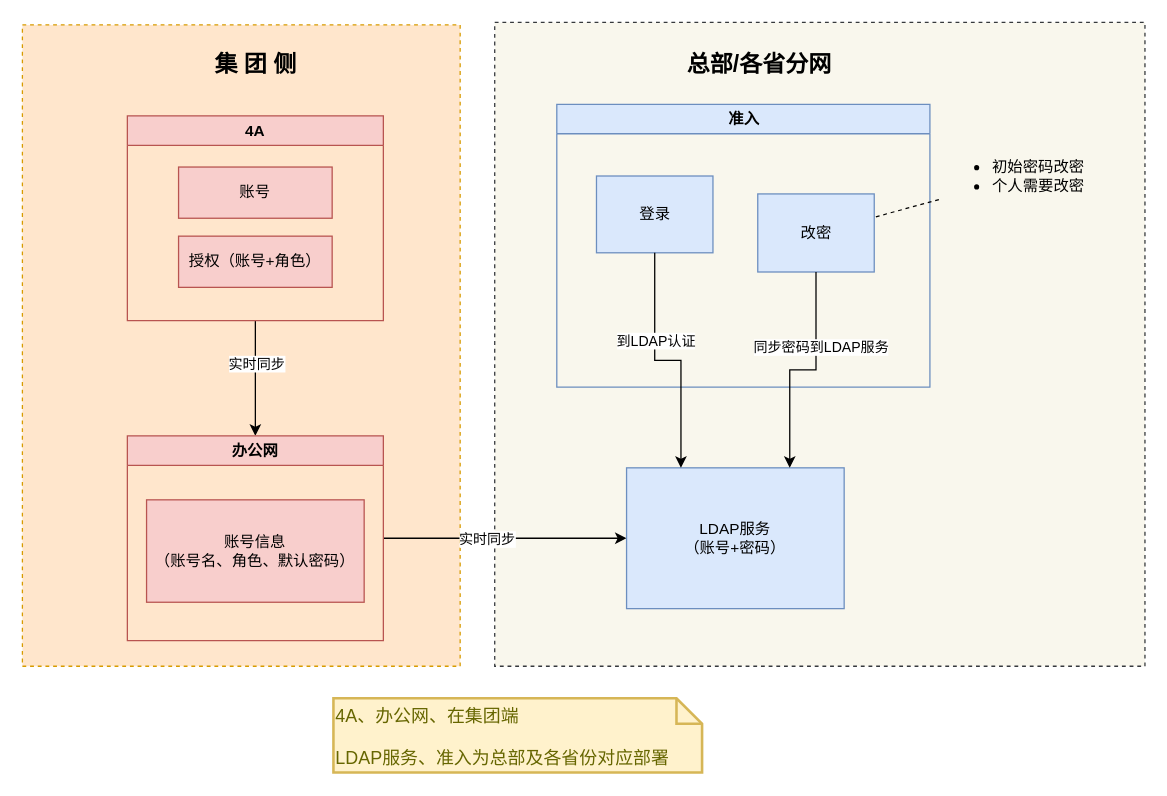
The draw.io diagram page "方案二" (2 of 4) of 系统功能流程图/办公网.drawio in 158698706/tt4a, before the edit. Source tidied: cells renumbered, new cells numbered last; positions are measured from the earlier drawing's top-left corner, leaving out a move shared by most shapes. Both pictures are drawn from the tidied source at 128%, with x=0, y=0 at pixel (22, 22).
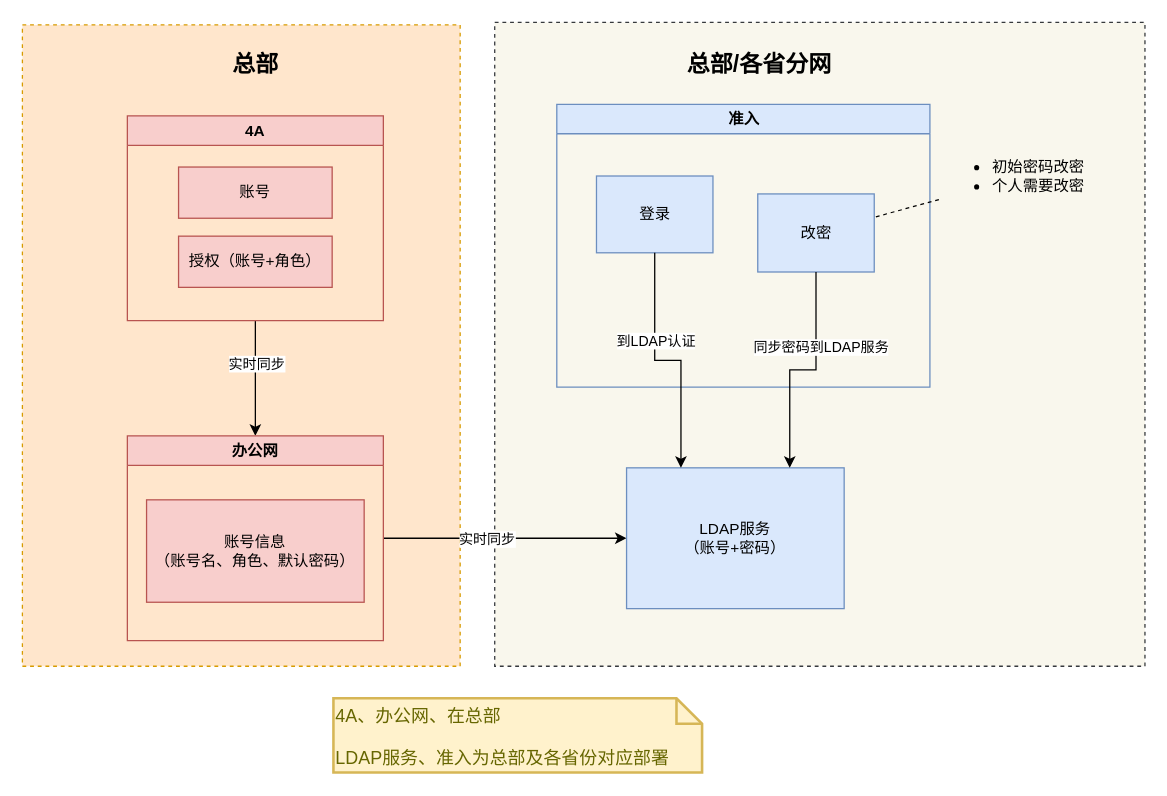
The same page after the edit.

Change to the diagram source:
```diff
@@
-    <mxCell id="21" value="4A、办公网、在集团端&lt;br&gt;&lt;br&gt;LDAP服务、准入为总部及各省份对应部署" style="shape=note;strokeWidth=2;fontSize=14;size=20;whiteSpace=wrap;html=1;fillColor=#fff2cc;strokeColor=#d6b656;fontColor=#666600;align=left;verticalAlign=bottom;" parent="1" vertex="1">
+    <mxCell id="21" value="4A、办公网、在总部&lt;br&gt;&lt;br&gt;LDAP服务、准入为总部及各省份对应部署" style="shape=note;strokeWidth=2;fontSize=14;size=20;whiteSpace=wrap;html=1;fillColor=#fff2cc;strokeColor=#d6b656;fontColor=#666600;align=left;verticalAlign=bottom;" parent="1" vertex="1">
       <mxGeometry x="243" y="528" width="288" height="58" as="geometry" />
     </mxCell>
-    <mxCell id="22" value="集 团 侧" style="text;html=1;strokeColor=none;fillColor=none;align=center;verticalAlign=middle;whiteSpace=wrap;rounded=0;fontStyle=1;fontSize=18;" parent="1" vertex="1">
+    <mxCell id="22" value="总部" style="text;html=1;strokeColor=none;fillColor=none;align=center;verticalAlign=middle;whiteSpace=wrap;rounded=0;fontStyle=1;fontSize=18;" parent="1" vertex="1">
       <mxGeometry x="85.5" y="18" width="193" height="30" as="geometry" />
     </mxCell>
```
